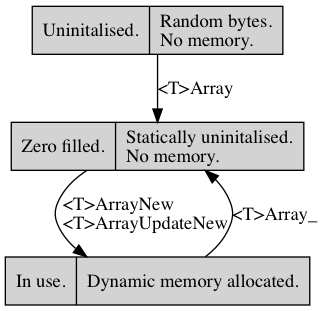
Before: web/states.png, a diagram exported from Graphviz (neil-edelman/boxes). Its source is kept beside it as web/states.gv. The source it was exported from:
```dot
digraph {
	node [ shape=record, style=filled ];
	null [ label = "Uninitalised.|Random bytes.\lNo memory.\l" ];
	static [ label = "Zero filled.|Statically uninitalised.\lNo memory.\l" ];
	dynamic [ label = "In use.|Dynamic memory allocated.\n" ];
	null -> static [ label = "<T>Array" ];
	static -> dynamic [ label = "<T>ArrayNew\l<T>ArrayUpdateNew" ];
	dynamic -> static [ label = "<T>Array_" ];
}
```
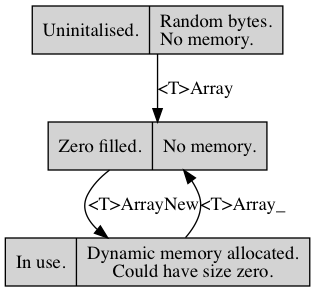
After the change.

Commit message:
Changed the drawing to make it look nicer.

What changed in the source:
```diff
@@ -1,9 +1,9 @@
 digraph {
 	node [ shape=record, style=filled ];
 	null [ label = "Uninitalised.|Random bytes.\lNo memory.\l" ];
-	static [ label = "Zero filled.|Statically uninitalised.\lNo memory.\l" ];
-	dynamic [ label = "In use.|Dynamic memory allocated.\n" ];
+	static [ label = "Zero filled.|No memory.\l" ];
+	dynamic [ label = "In use.|Dynamic memory allocated.\nCould have size zero." ];
 	null -> static [ label = "<T>Array" ];
-	static -> dynamic [ label = "<T>ArrayNew\l<T>ArrayUpdateNew" ];
+	static -> dynamic [ label = "<T>ArrayNew\l" ];
 	dynamic -> static [ label = "<T>Array_" ];
 }
```
